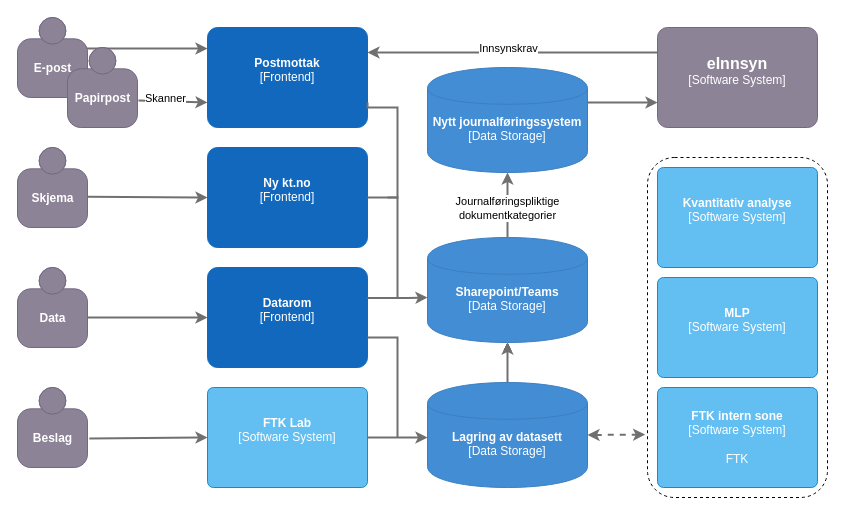
mortenee/draw.io keeps this draw.io diagram as page "Dataflyt inn" (1 of 14) of .drawio. Above is the earlier version. Source tidied: cells renumbered, new cells numbered last; positions are measured from the earlier drawing's top-left corner, leaving out a move shared by most shapes. Both pictures are drawn from the tidied source at 100%, with x=0, y=0 at pixel (17, 17).
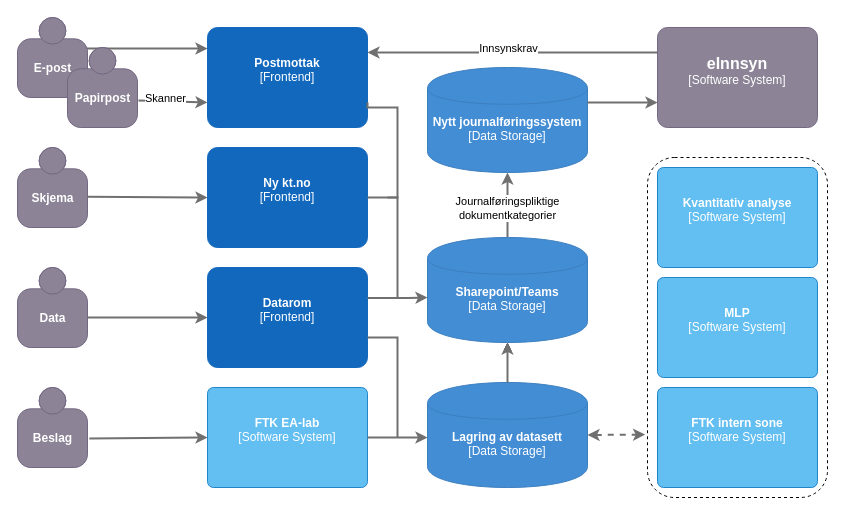
The same page after the edit.

Change to the diagram source:
```diff
@@
-    <object id="13" label="&lt;b&gt;%c4Name%&lt;/b&gt;&lt;div&gt;[%c4Type%]&lt;/div&gt;&lt;br&gt;&lt;div&gt;%c4Description%&lt;/div&gt;" c4Description="" c4Name="FTK Lab" c4Type="Software System" placeholders="1">
+    <object id="13" label="&lt;b&gt;%c4Name%&lt;/b&gt;&lt;div&gt;[%c4Type%]&lt;/div&gt;&lt;br&gt;&lt;div&gt;%c4Description%&lt;/div&gt;" c4Description="" c4Name="FTK EA-lab" c4Type="Software System" placeholders="1">
       <mxCell style="rounded=1;whiteSpace=wrap;html=1;labelBackgroundColor=none;fillColor=#63BEF2;fontColor=#ffffff;align=center;arcSize=6;strokeColor=#2086C9;metaData={&quot;c4Type&quot;:{&quot;editable&quot;:false}};points=[[0.25,0,0],[0.5,0,0],[0.75,0,0],[1,0.25,0],[1,0.5,0],[1,0.75,0],[0.75,1,0],[0.5,1,0],[0.25,1,0],[0,0.75,0],[0,0.5,0],[0,0.25,0]];verticalAlign=middle;fontFamily=Helvetica;fontSize=12;" parent="1" vertex="1">
         <mxGeometry x="190" y="370" width="160" height="100" as="geometry" />
       </mxCell>
     </object>
@@
-    <object id="32" label="&lt;b&gt;%c4Name%&lt;/b&gt;&lt;div&gt;[%c4Type%]&lt;/div&gt;&lt;br&gt;&lt;div&gt;%c4Description%&lt;/div&gt;" c4Description="FTK " c4Name="FTK intern sone" c4Type="Software System" placeholders="1">
+    <object id="32" label="&lt;b&gt;%c4Name%&lt;/b&gt;&lt;div&gt;[%c4Type%]&lt;/div&gt;&lt;br&gt;&lt;div&gt;%c4Description%&lt;/div&gt;" c4Description="" c4Name="FTK intern sone" c4Type="Software System" placeholders="1">
       <mxCell style="rounded=1;whiteSpace=wrap;html=1;labelBackgroundColor=none;fillColor=#63BEF2;align=center;arcSize=6;strokeColor=#2086C9;metaData={&quot;c4Type&quot;:{&quot;editable&quot;:false}};verticalAlign=middle;fontFamily=Helvetica;fontSize=12;fontColor=#ffffff;" parent="1" vertex="1">
         <mxGeometry x="640" y="370" width="160" height="100" as="geometry" />
       </mxCell>
     </object>
```
